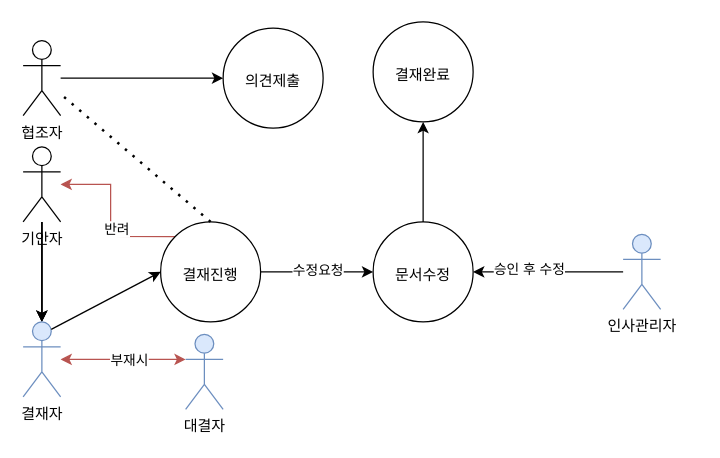
Above: page "페이지-2" (2 of 2) of document/제목 없는 다이어그램.drawio in sunday1284/jsp_spring02 (draw.io), before the change. Source tidied: cells renumbered, new cells numbered last; positions are measured from the earlier drawing's top-left corner, leaving out a move shared by most shapes. Both pictures are drawn from the tidied source at 125%, with x=0, y=0 at pixel (22, 21).
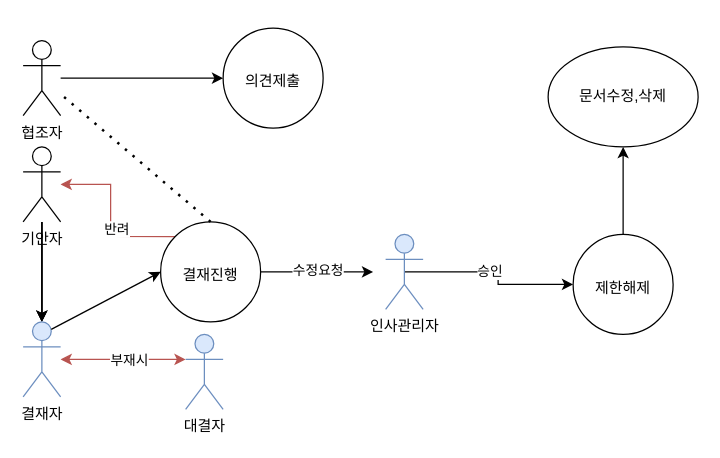
The same diagram, later.

Commit message:
제목 없는 다이어그램.drawio 업데이트

The change refers to these unchanged cells:
```xml
<mxCell id="9" value="&lt;div&gt;&lt;br&gt;&lt;/div&gt;&lt;div&gt;&lt;br&gt;&lt;/div&gt;&lt;div&gt;결재진행&lt;/div&gt;&lt;div&gt;&lt;br&gt;&lt;/div&gt;" style="ellipse;whiteSpace=wrap;html=1;verticalAlign=top;" parent="1" vertex="1">
  <mxGeometry x="110" y="160" width="80" height="80" as="geometry" />
</mxCell>
```

Change to the diagram source:
```diff
@@
-    <mxCell id="18" style="edgeStyle=orthogonalEdgeStyle;rounded=0;jettySize=auto;html=1;" parent="1" edge="1" source="19" target="25">
-      <mxGeometry relative="1" as="geometry" />
-    </mxCell>
-    <mxCell id="19" value="&lt;div&gt;&lt;br&gt;&lt;/div&gt;&lt;div&gt;&lt;br&gt;&lt;/div&gt;&lt;div&gt;문서수정&lt;/div&gt;&lt;div&gt;&lt;br&gt;&lt;/div&gt;" style="ellipse;whiteSpace=wrap;html=1;verticalAlign=top;" parent="1" vertex="1">
-      <mxGeometry x="280" y="160" width="80" height="80" as="geometry" />
-    </mxCell>
-    <mxCell id="20" style="endArrow=classic;html=1;rounded=0;exitX=1;exitY=0.5;exitDx=0;exitDy=0;entryX=0;entryY=0.5;entryDx=0;entryDy=0;" parent="1" edge="1" source="9" target="19">
-      <mxGeometry relative="1" as="geometry" />
+    <mxCell id="20" style="endArrow=classic;html=1;rounded=0;exitX=1;exitY=0.5;exitDx=0;exitDy=0;entryX=0;entryY=0.5;entryDx=0;entryDy=0;" parent="1" edge="1" source="9">
+      <mxGeometry relative="1" as="geometry">
+        <mxPoint x="280" y="200" as="targetPoint" />
+      </mxGeometry>
     </mxCell>
@@
+    <mxCell id="26" style="edgeStyle=orthogonalEdgeStyle;rounded=0;jettySize=auto;html=1;exitX=0.5;exitY=0.5;exitDx=0;exitDy=0;exitPerimeter=0;" parent="1" edge="1" source="22" target="28">
+      <mxGeometry relative="1" as="geometry" />
+    </mxCell>
+    <mxCell id="27" value="승인&amp;nbsp;" style="edgeLabel;html=1;align=center;verticalAlign=middle;" parent="26" vertex="1">
+      <mxGeometry x="-0.05" y="1" relative="1" as="geometry" />
+    </mxCell>
     <mxCell id="22" value="인사관리자&lt;div&gt;&lt;br&gt;&lt;/div&gt;" style="shape=umlActor;verticalLabelPosition=bottom;verticalAlign=top;html=1;outlineConnect=0;fillColor=#dae8fc;strokeColor=#6c8ebf;" parent="1" vertex="1">
-      <mxGeometry x="480" y="170" width="30" height="60" as="geometry" />
+      <mxGeometry x="290" y="170" width="30" height="60" as="geometry" />
     </mxCell>
-    <mxCell id="23" style="endArrow=classic;html=1;rounded=0;entryX=1;entryY=0.5;entryDx=0;entryDy=0;" parent="1" edge="1" source="22" target="19">
-      <mxGeometry relative="1" as="geometry" />
-    </mxCell>
-    <mxCell id="24" value="승인 후 수정" style="edgeLabel;html=1;align=center;verticalAlign=middle;" parent="23" vertex="1">
-      <mxGeometry x="0.27" y="-3" relative="1" as="geometry" />
-    </mxCell>
-    <mxCell id="25" value="&lt;div&gt;&lt;br&gt;&lt;/div&gt;&lt;div&gt;&lt;br&gt;&lt;/div&gt;&lt;div&gt;결재완료&lt;/div&gt;" style="ellipse;whiteSpace=wrap;html=1;verticalAlign=top;" parent="1" vertex="1">
-      <mxGeometry x="280" width="80" height="80" as="geometry" />
-    </mxCell>
+    <mxCell id="28" value="&lt;div&gt;&lt;br&gt;&lt;/div&gt;&lt;div&gt;&lt;br&gt;&lt;/div&gt;&lt;div&gt;제한해제&lt;/div&gt;" style="ellipse;whiteSpace=wrap;html=1;verticalAlign=top;" parent="1" vertex="1">
+      <mxGeometry x="440" y="170" width="80" height="80" as="geometry" />
+    </mxCell>
+    <mxCell id="29" value="문서수정,삭제" style="ellipse;whiteSpace=wrap;html=1;" parent="1" vertex="1">
+      <mxGeometry x="420" y="20" width="120" height="80" as="geometry" />
+    </mxCell>
+    <mxCell id="30" style="endArrow=classic;html=1;rounded=0;entryX=0.5;entryY=1;entryDx=0;entryDy=0;exitX=0.5;exitY=0;exitDx=0;exitDy=0;" parent="1" edge="1" source="28" target="29">
+      <mxGeometry relative="1" as="geometry" />
+    </mxCell>
```
